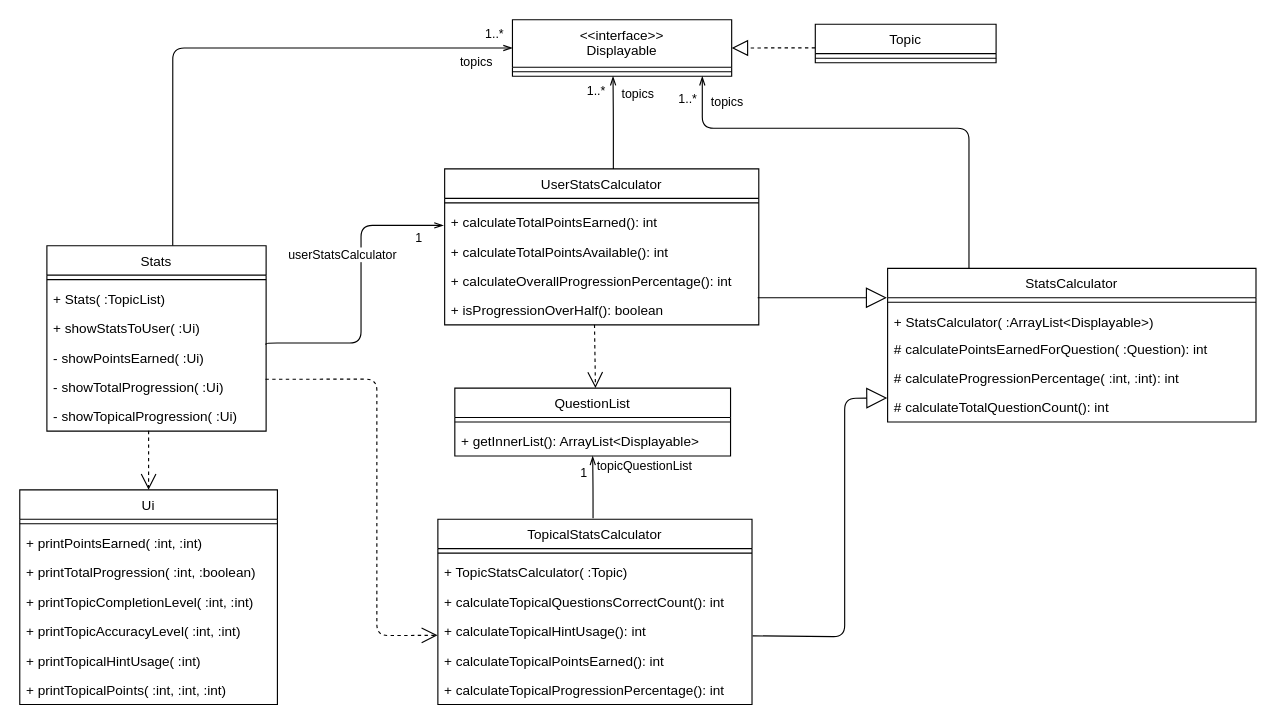
Above: docs/diagrams/Stats.drawio in nus-cs2113-AY2021S1/tp (draw.io), before the change. Source tidied: cells renumbered, new cells numbered last; positions are measured from the earlier drawing's top-left corner, leaving out a move shared by most shapes. Both pictures are drawn from the tidied source at 113%, with x=0, y=0 at pixel (19, 19).
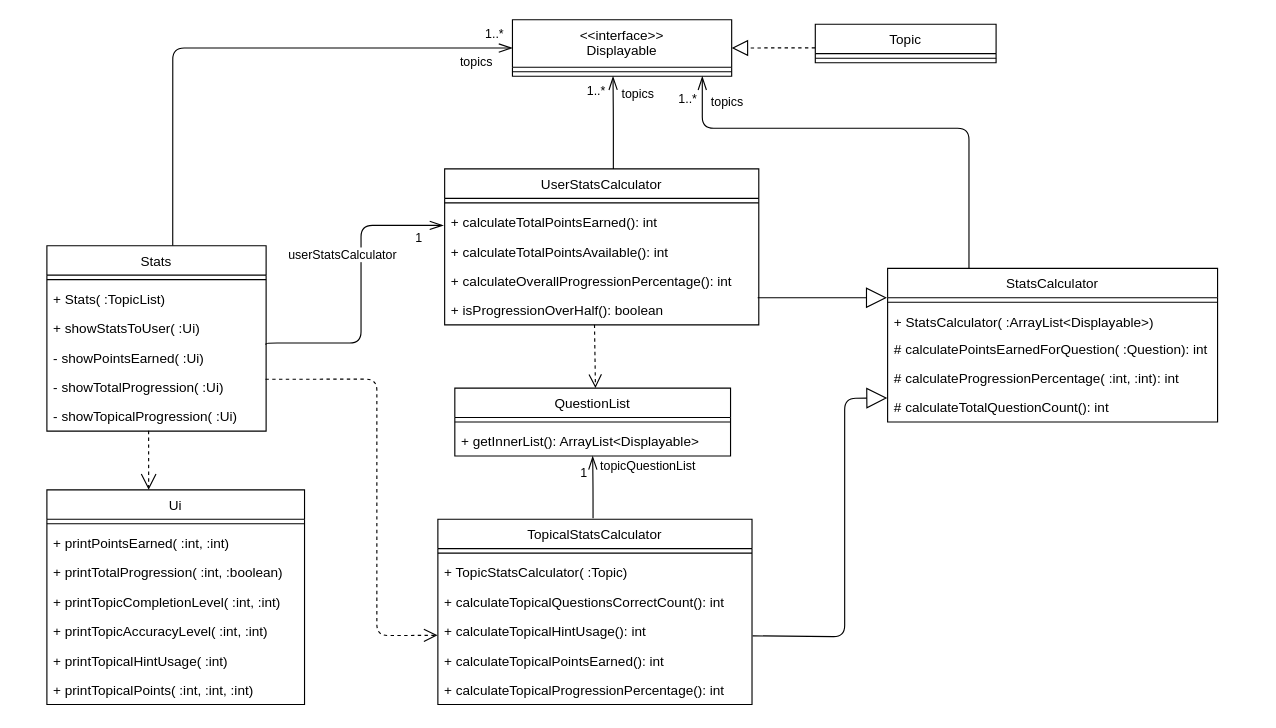
Above is the later version.

The change refers to these unchanged cells:
```xml
<mxCell id="5" value="&lt;&lt;interface&gt;&gt;&#10;Displayable&#10;" style="swimlane;fontStyle=0;align=center;verticalAlign=top;horizontal=1;startSize=42;" parent="1" vertex="1">
  <mxGeometry x="436" width="194" height="50" as="geometry" />
</mxCell>
<mxCell id="24" value="QuestionList&#10;" style="swimlane;fontStyle=0;align=center;verticalAlign=top;horizontal=1;startSize=26;" parent="1" vertex="1">
  <mxGeometry x="385" y="326" width="244" height="60" as="geometry" />
</mxCell>
<mxCell id="27" value="TopicalStatsCalculator" style="swimlane;fontStyle=0;align=center;verticalAlign=top;horizontal=1;startSize=26;" parent="1" vertex="1">
  <mxGeometry x="370" y="442" width="278" height="164" as="geometry" />
</mxCell>
<mxCell id="31" value="+ calculateTopicalHintUsage(): int" style="text;strokeColor=none;fillColor=none;align=left;verticalAlign=top;spacingLeft=4;spacingRight=4;overflow=hidden;points=[[0,0.5],[1,0.5]];portConstraint=eastwest;" parent="27" vertex="1">
  <mxGeometry y="86" width="278" height="26" as="geometry" />
</mxCell>
<mxCell id="34" value="UserStatsCalculator" style="swimlane;fontStyle=0;align=center;verticalAlign=top;horizontal=1;startSize=26;" parent="1" vertex="1">
  <mxGeometry x="376" y="132" width="278" height="138" as="geometry" />
</mxCell>
<mxCell id="36" value="+ calculateTotalPointsEarned(): int" style="text;strokeColor=none;fillColor=none;align=left;verticalAlign=top;spacingLeft=4;spacingRight=4;overflow=hidden;points=[[0,0.5],[1,0.5]];portConstraint=eastwest;" parent="34" vertex="1">
  <mxGeometry y="34" width="278" height="26" as="geometry" />
</mxCell>
<mxCell id="39" value="+ isProgressionOverHalf(): boolean" style="text;strokeColor=none;fillColor=none;align=left;verticalAlign=top;spacingLeft=4;spacingRight=4;overflow=hidden;points=[[0,0.5],[1,0.5]];portConstraint=eastwest;" parent="34" vertex="1">
  <mxGeometry y="112" width="278" height="26" as="geometry" />
</mxCell>
<mxCell id="41" value="Stats" style="swimlane;fontStyle=0;align=center;verticalAlign=top;horizontal=1;startSize=26;" parent="1" vertex="1">
  <mxGeometry x="24" y="200" width="194" height="164" as="geometry" />
</mxCell>
<mxCell id="46" value="- showTotalProgression( :Ui)" style="text;strokeColor=none;fillColor=none;align=left;verticalAlign=top;spacingLeft=4;spacingRight=4;overflow=hidden;points=[[0,0.5],[1,0.5]];portConstraint=eastwest;" parent="41" vertex="1">
  <mxGeometry y="112" width="194" height="26" as="geometry" />
</mxCell>
<mxCell id="47" value="- showTopicalProgression( :Ui)" style="text;strokeColor=none;fillColor=none;align=left;verticalAlign=top;spacingLeft=4;spacingRight=4;overflow=hidden;points=[[0,0.5],[1,0.5]];portConstraint=eastwest;" parent="41" vertex="1">
  <mxGeometry y="138" width="194" height="26" as="geometry" />
</mxCell>
```

Change to the diagram source:
```diff
@@
-    <mxCell id="2" style="endArrow=open;endSize=12;dashed=1;html=1;exitX=0.464;exitY=0.991;exitDx=0;exitDy=0;exitPerimeter=0;entryX=0.5;entryY=0;entryDx=0;entryDy=0;" parent="1" edge="1" source="47" target="48">
+    <mxCell id="2" style="endArrow=open;endSize=12;dashed=1;html=1;exitX=0.464;exitY=0.991;exitDx=0;exitDy=0;exitPerimeter=0;entryX=0.395;entryY=0;entryDx=0;entryDy=0;entryPerimeter=0;" parent="1" edge="1" source="47" target="48">
       <mxGeometry relative="1" as="geometry" />
     </mxCell>
-    <mxCell id="3" value="userStatsCalculator&lt;br&gt;" style="endArrow=openThin;endFill=0;html=1;edgeStyle=orthogonalEdgeStyle;align=left;verticalAlign=top;exitX=0.999;exitY=0.288;exitDx=0;exitDy=0;exitPerimeter=0;entryX=-0.004;entryY=0.614;entryDx=0;entryDy=0;entryPerimeter=0;" parent="1" edge="1" target="36">
+    <mxCell id="3" value="userStatsCalculator&lt;br&gt;" style="endArrow=openThin;endFill=0;html=1;edgeStyle=orthogonalEdgeStyle;align=left;verticalAlign=top;exitX=0.999;exitY=0.288;exitDx=0;exitDy=0;exitPerimeter=0;entryX=-0.004;entryY=0.614;entryDx=0;entryDy=0;entryPerimeter=0;endSize=10;" parent="1" edge="1" target="36">
       <mxGeometry x="0.44" y="38" relative="1" as="geometry">
         <mxPoint x="217.8" y="287.5" as="sourcePoint" />
         <Array as="points">
           <mxPoint x="218" y="286" />
           <mxPoint x="302" y="286" />
           <mxPoint x="302" y="182" />
         </Array>
         <mxPoint x="-28" y="12" as="offset" />
       </mxGeometry>
     </mxCell>
@@
-    <mxCell id="6" value="topics" style="endArrow=openThin;endFill=0;html=1;edgeStyle=orthogonalEdgeStyle;align=left;verticalAlign=top;exitX=0.537;exitY=0.004;exitDx=0;exitDy=0;exitPerimeter=0;" parent="5" edge="1" source="34">
+    <mxCell id="6" value="topics" style="endArrow=openThin;endFill=0;html=1;edgeStyle=orthogonalEdgeStyle;align=left;verticalAlign=top;exitX=0.537;exitY=0.004;exitDx=0;exitDy=0;exitPerimeter=0;endSize=10;" parent="5" edge="1" source="34">
       <mxGeometry x="0.95" y="-6" relative="1" as="geometry">
         <mxPoint x="89" y="50" as="targetPoint" />
         <Array as="points">
           <mxPoint x="89" y="88" />
           <mxPoint x="89" y="88" />
         </Array>
       </mxGeometry>
     </mxCell>
@@
-    <mxCell id="9" style="endArrow=open;endSize=12;dashed=1;html=1;exitX=0.997;exitY=0.236;exitDx=0;exitDy=0;exitPerimeter=0;entryX=-0.001;entryY=0.643;entryDx=0;entryDy=0;entryPerimeter=0;" parent="1" edge="1" source="46" target="31">
+    <mxCell id="9" style="endArrow=open;endSize=10;dashed=1;html=1;exitX=0.997;exitY=0.236;exitDx=0;exitDy=0;exitPerimeter=0;entryX=-0.001;entryY=0.643;entryDx=0;entryDy=0;entryPerimeter=0;" parent="1" edge="1" source="46" target="31">
       <mxGeometry relative="1" as="geometry">
         <Array as="points">
           <mxPoint x="316" y="318" />
           <mxPoint x="316" y="545" />
         </Array>
       </mxGeometry>
     </mxCell>
     <mxCell id="10" value="StatsCalculator" style="swimlane;fontStyle=0;align=center;verticalAlign=top;horizontal=1;startSize=26;" parent="1" vertex="1">
-      <mxGeometry x="768" y="220" width="326" height="136" as="geometry" />
+      <mxGeometry x="768" y="220" width="292" height="136" as="geometry" />
     </mxCell>
     <mxCell id="11" style="line;strokeWidth=1;fillColor=none;align=left;verticalAlign=middle;spacingTop=-1;spacingLeft=3;spacingRight=3;labelPosition=right;" parent="10" vertex="1">
-      <mxGeometry y="26" width="326" height="8" as="geometry" />
+      <mxGeometry y="26" width="292" height="8" as="geometry" />
     </mxCell>
     <mxCell id="12" value="+ StatsCalculator( :ArrayList&lt;Displayable&gt;)" style="text;strokeColor=none;fillColor=none;align=left;verticalAlign=top;spacingLeft=4;spacingRight=4;overflow=hidden;" parent="10" vertex="1">
-      <mxGeometry y="34" width="326" height="24" as="geometry" />
+      <mxGeometry y="34" width="292" height="24" as="geometry" />
     </mxCell>
     <mxCell id="13" value="# calculatePointsEarnedForQuestion( :Question): int" style="text;strokeColor=none;fillColor=none;align=left;verticalAlign=top;spacingLeft=4;spacingRight=4;overflow=hidden;" parent="10" vertex="1">
-      <mxGeometry y="58" width="326" height="26" as="geometry" />
+      <mxGeometry y="58" width="292" height="26" as="geometry" />
     </mxCell>
     <mxCell id="14" value="# calculateProgressionPercentage( :int, :int): int" style="text;strokeColor=none;fillColor=none;align=left;verticalAlign=top;spacingLeft=4;spacingRight=4;overflow=hidden;" parent="10" vertex="1">
-      <mxGeometry y="84" width="326" height="26" as="geometry" />
+      <mxGeometry y="84" width="292" height="26" as="geometry" />
     </mxCell>
     <mxCell id="15" value="# calculateTotalQuestionCount(): int" style="text;strokeColor=none;fillColor=none;align=left;verticalAlign=top;spacingLeft=4;spacingRight=4;overflow=hidden;points=[[0,0.5],[1,0.5]];portConstraint=eastwest;" parent="10" vertex="1">
-      <mxGeometry y="110" width="326" height="26" as="geometry" />
+      <mxGeometry y="110" width="292" height="26" as="geometry" />
     </mxCell>
-    <mxCell id="16" value="topicQuestionList" style="endArrow=openThin;endFill=0;html=1;edgeStyle=orthogonalEdgeStyle;align=left;verticalAlign=top;entryX=0.5;entryY=1;entryDx=0;entryDy=0;exitX=0.494;exitY=-0.005;exitDx=0;exitDy=0;exitPerimeter=0;" parent="1" edge="1" source="27" target="24">
-      <mxGeometry x="1" y="-4" relative="1" as="geometry">
-        <mxPoint x="-2" y="-4" as="offset" />
+    <mxCell id="16" value="topicQuestionList" style="endArrow=openThin;endFill=0;html=1;edgeStyle=orthogonalEdgeStyle;align=left;verticalAlign=top;entryX=0.5;entryY=1;entryDx=0;entryDy=0;exitX=0.494;exitY=-0.005;exitDx=0;exitDy=0;exitPerimeter=0;endSize=10;" parent="1" edge="1" source="27" target="24">
+      <mxGeometry x="1" y="-6" relative="1" as="geometry">
+        <mxPoint x="-1" y="-4" as="offset" />
       </mxGeometry>
     </mxCell>
@@
-    <mxCell id="20" value="topics" style="endArrow=openThin;endFill=0;html=1;edgeStyle=orthogonalEdgeStyle;align=left;verticalAlign=top;exitX=0.574;exitY=0;exitDx=0;exitDy=0;exitPerimeter=0;entryX=0;entryY=0.5;entryDx=0;entryDy=0;" parent="1" edge="1" source="41" target="5">
+    <mxCell id="20" value="topics" style="endArrow=openThin;endFill=0;html=1;edgeStyle=orthogonalEdgeStyle;align=left;verticalAlign=top;exitX=0.574;exitY=0;exitDx=0;exitDy=0;exitPerimeter=0;entryX=0;entryY=0.5;entryDx=0;entryDy=0;endSize=10;" parent="1" edge="1" source="41" target="5">
       <mxGeometry x="0.8" y="1" relative="1" as="geometry">
         <Array as="points">
           <mxPoint x="135" y="25" />
         </Array>
       </mxGeometry>
     </mxCell>
@@
-    <mxCell id="22" value="topics" style="endArrow=openThin;endFill=0;html=1;edgeStyle=orthogonalEdgeStyle;align=left;verticalAlign=top;" parent="1" edge="1" source="10" target="5">
+    <mxCell id="22" value="topics" style="endArrow=openThin;endFill=0;html=1;edgeStyle=orthogonalEdgeStyle;align=left;verticalAlign=top;endSize=10;" parent="1" edge="1" source="10" target="5">
       <mxGeometry x="0.95" y="-6" relative="1" as="geometry">
         <Array as="points">
           <mxPoint x="840" y="96" />
           <mxPoint x="604" y="96" />
         </Array>
       </mxGeometry>
     </mxCell>
@@
-    <mxCell id="40" style="endArrow=open;endSize=12;dashed=1;html=1;exitX=0.477;exitY=0.994;exitDx=0;exitDy=0;exitPerimeter=0;entryX=0.51;entryY=-0.002;entryDx=0;entryDy=0;entryPerimeter=0;" parent="1" edge="1" source="39" target="24">
+    <mxCell id="40" style="endArrow=open;endSize=10;dashed=1;html=1;exitX=0.477;exitY=0.994;exitDx=0;exitDy=0;exitPerimeter=0;entryX=0.51;entryY=-0.002;entryDx=0;entryDy=0;entryPerimeter=0;" parent="1" edge="1" source="39" target="24">
       <mxGeometry x="-0.05" y="-2" relative="1" as="geometry" />
     </mxCell>
@@
     <mxCell id="48" value="Ui" style="swimlane;fontStyle=0;align=center;verticalAlign=top;horizontal=1;startSize=26;" parent="1" vertex="1">
-      <mxGeometry y="416" width="228" height="190" as="geometry" />
+      <mxGeometry x="24" y="416" width="228" height="190" as="geometry" />
     </mxCell>
```
